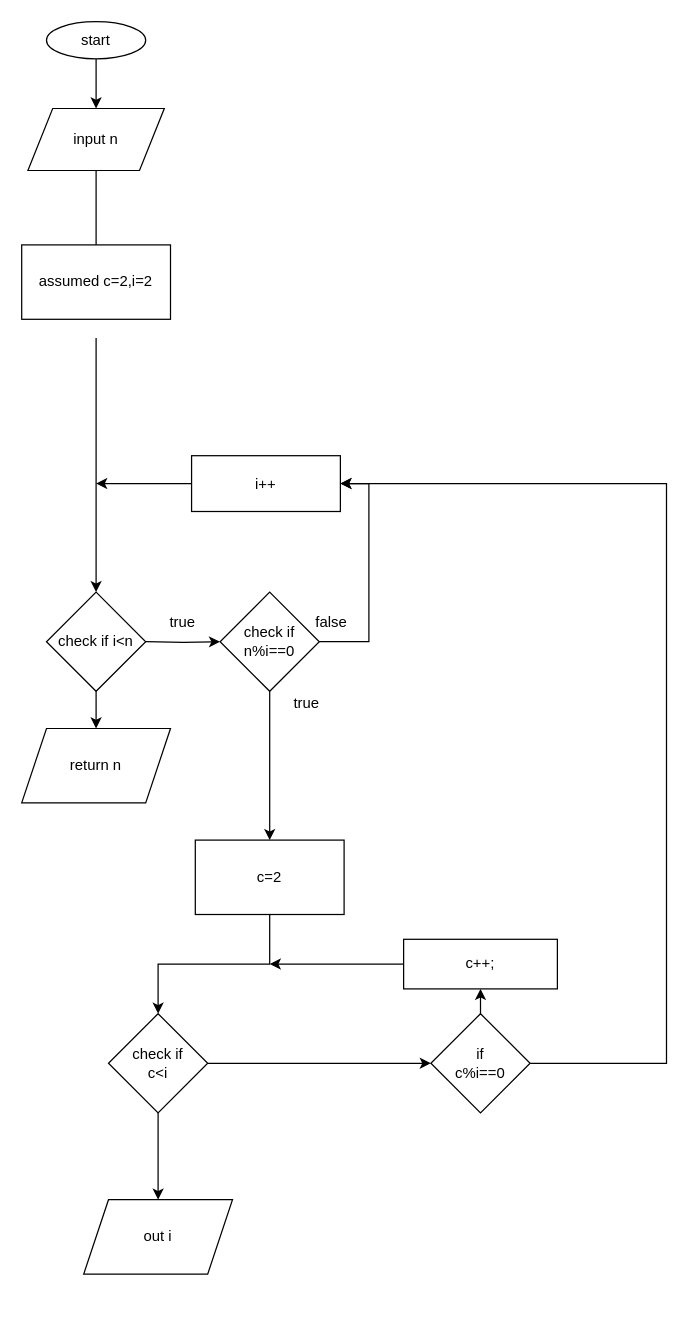
Pouria-Empire/fun_projects keeps this draw.io diagram as excersise1.drawio. Above is the earlier version. Source tidied: cells renumbered, new cells numbered last; positions are measured from the earlier drawing's top-left corner, leaving out a move shared by most shapes. Both pictures are drawn from the tidied source at 124%, with x=0, y=0 at pixel (-252, 21).
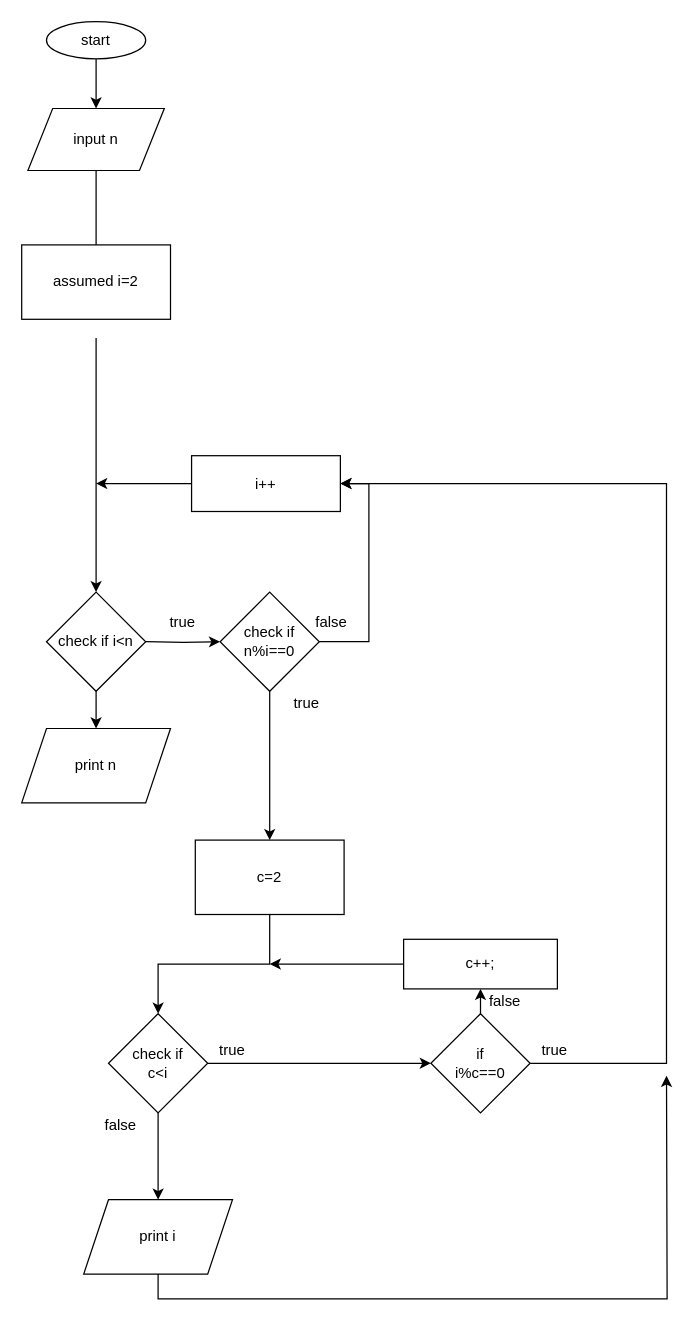
The same page after the edit.

The change refers to these unchanged cells:
```xml
<mxCell id="29" value="c++;" style="rounded=0;whiteSpace=wrap;html=1;" parent="1" vertex="1">
  <mxGeometry x="528" y="740" width="124" height="40" as="geometry" />
</mxCell>
```

Change to the diagram source:
```diff
@@
-    <mxCell id="27" value="if &lt;br&gt;c%i==0" style="rhombus;whiteSpace=wrap;html=1;" parent="1" vertex="1">
+    <mxCell id="27" value="if &lt;br&gt;i%c==0" style="rhombus;whiteSpace=wrap;html=1;" parent="1" vertex="1">
       <mxGeometry x="550" y="800" width="80" height="80" as="geometry" />
     </mxCell>
     <mxCell id="28" style="edgeStyle=orthogonalEdgeStyle;rounded=0;jettySize=auto;html=1;exitX=0;exitY=0.5;exitDx=0;exitDy=0;" parent="1" edge="1" source="29">
       <mxGeometry relative="1" as="geometry">
         <mxPoint x="420" y="760" as="targetPoint" />
+        <Array as="points">
+          <mxPoint x="420" y="760" />
+          <mxPoint x="420" y="760" />
+        </Array>
       </mxGeometry>
     </mxCell>
@@
+    <mxCell id="33" style="edgeStyle=orthogonalEdgeStyle;rounded=0;jettySize=auto;html=1;exitX=0.5;exitY=1;exitDx=0;exitDy=0;" parent="1" edge="1" source="30">
+      <mxGeometry relative="1" as="geometry">
+        <mxPoint x="740" y="850" as="targetPoint" />
+      </mxGeometry>
+    </mxCell>
-    <mxCell id="30" value="out i" style="shape=parallelogram;perimeter=parallelogramPerimeter;whiteSpace=wrap;html=1;fixedSize=1;" parent="1" vertex="1">
+    <mxCell id="30" value="print i" style="shape=parallelogram;perimeter=parallelogramPerimeter;whiteSpace=wrap;html=1;fixedSize=1;" parent="1" vertex="1">
       <mxGeometry x="270" y="950" width="120" height="60" as="geometry" />
     </mxCell>
-    <mxCell id="31" value="return n" style="shape=parallelogram;perimeter=parallelogramPerimeter;whiteSpace=wrap;html=1;fixedSize=1;" parent="1" vertex="1">
+    <mxCell id="31" value="print n" style="shape=parallelogram;perimeter=parallelogramPerimeter;whiteSpace=wrap;html=1;fixedSize=1;" parent="1" vertex="1">
       <mxGeometry x="220" y="570" width="120" height="60" as="geometry" />
     </mxCell>
-    <mxCell id="32" value="assumed c=2,i=2" style="rounded=0;whiteSpace=wrap;html=1;" parent="1" vertex="1">
+    <mxCell id="32" value="assumed i=2" style="rounded=0;whiteSpace=wrap;html=1;" parent="1" vertex="1">
       <mxGeometry x="220" y="180" width="120" height="60" as="geometry" />
     </mxCell>
+    <mxCell id="34" value="true" style="text;html=1;strokeColor=none;fillColor=none;align=center;verticalAlign=middle;whiteSpace=wrap;rounded=0;" parent="1" vertex="1">
+      <mxGeometry x="370" y="820" width="40" height="20" as="geometry" />
+    </mxCell>
+    <mxCell id="35" value="false" style="text;html=1;strokeColor=none;fillColor=none;align=center;verticalAlign=middle;whiteSpace=wrap;rounded=0;" parent="1" vertex="1">
+      <mxGeometry x="280" y="880" width="40" height="20" as="geometry" />
+    </mxCell>
+    <mxCell id="36" value="true" style="text;html=1;strokeColor=none;fillColor=none;align=center;verticalAlign=middle;whiteSpace=wrap;rounded=0;" parent="1" vertex="1">
+      <mxGeometry x="630" y="820" width="40" height="20" as="geometry" />
+    </mxCell>
+    <mxCell id="37" value="false" style="text;html=1;strokeColor=none;fillColor=none;align=center;verticalAlign=middle;whiteSpace=wrap;rounded=0;" parent="1" vertex="1">
+      <mxGeometry x="590" y="780" width="40" height="20" as="geometry" />
+    </mxCell>
```
